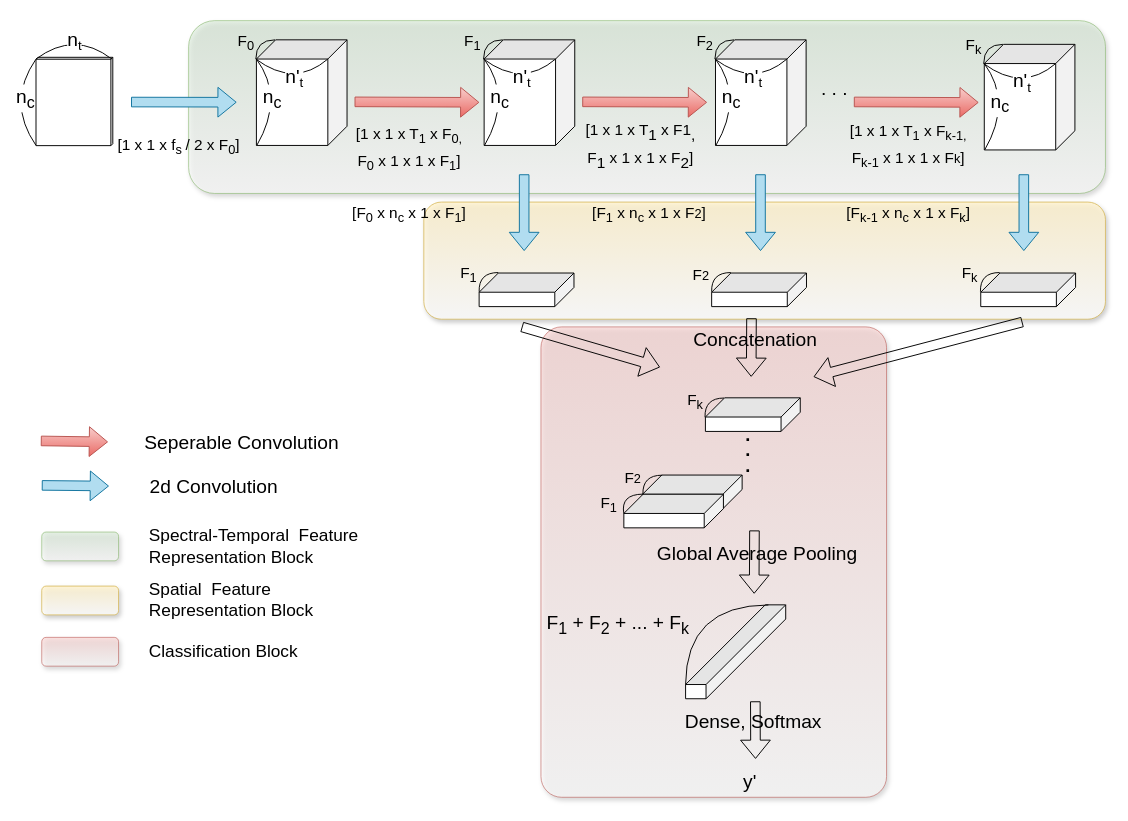
Earlier version of the draw.io diagram page "MSNN" (1 of 3) of Multi Scale Neural Network.drawio (hwansunkim/openann). Source tidied: cells renumbered, new cells numbered last; positions are measured from the earlier drawing's top-left corner, leaving out a move shared by most shapes. Both pictures are drawn from the tidied source at 96%, with x=0, y=0 at pixel (6, 20).
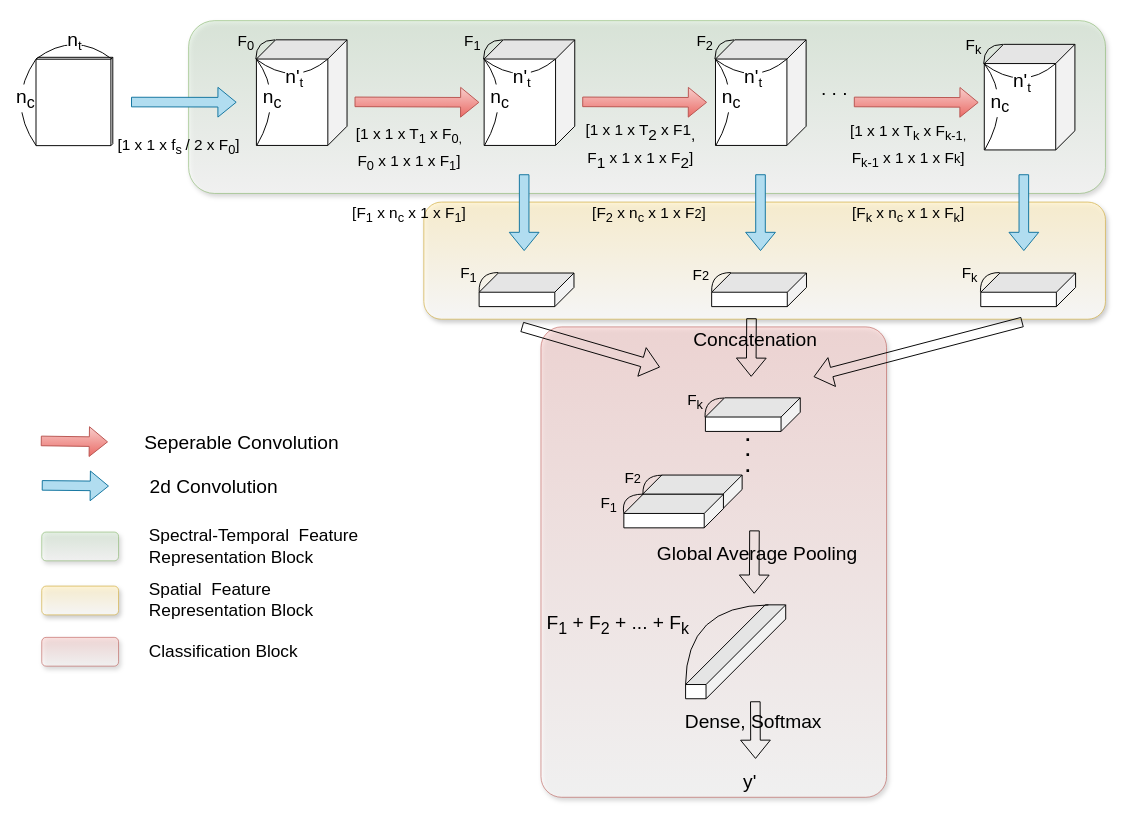
The same page after the edit.

The edit, as a diff of the source:
```diff
@@
-    <mxCell id="14" value="&lt;font style=&quot;font-size: 16px&quot;&gt;[1&amp;nbsp;&lt;/font&gt;&lt;font&gt;&lt;span style=&quot;font-size: 16px&quot;&gt;x 1 x T&lt;/span&gt;&lt;sub style=&quot;font-size: 16px&quot;&gt;1&lt;/sub&gt;&lt;span style=&quot;font-size: 16px&quot;&gt;&amp;nbsp;x F1&lt;/span&gt;&lt;sub style=&quot;font-size: 16px&quot;&gt;,&lt;br&gt;&lt;/sub&gt;&lt;span style=&quot;font-size: 16px&quot;&gt;F&lt;/span&gt;&lt;sub style=&quot;font-size: 16px&quot;&gt;1&lt;/sub&gt;&lt;span style=&quot;font-size: 16px&quot;&gt; x 1 x 1 x F&lt;/span&gt;&lt;sub style=&quot;font-size: 16px&quot;&gt;2&lt;/sub&gt;&lt;span style=&quot;font-size: 16px&quot;&gt;]&lt;/span&gt;&lt;/font&gt;" style="text;html=1;strokeColor=none;fillColor=none;align=center;verticalAlign=middle;whiteSpace=wrap;rounded=0;fontSize=20;" parent="1" vertex="1">
+    <mxCell id="14" value="&lt;font style=&quot;font-size: 16px&quot;&gt;[1&amp;nbsp;&lt;/font&gt;&lt;font&gt;&lt;span style=&quot;font-size: 16px&quot;&gt;x 1 x T&lt;/span&gt;&lt;sub style=&quot;font-size: 16px&quot;&gt;2&lt;/sub&gt;&lt;span style=&quot;font-size: 16px&quot;&gt;&amp;nbsp;x F1&lt;/span&gt;&lt;sub style=&quot;font-size: 16px&quot;&gt;,&lt;br&gt;&lt;/sub&gt;&lt;span style=&quot;font-size: 16px&quot;&gt;F&lt;/span&gt;&lt;sub style=&quot;font-size: 16px&quot;&gt;1&lt;/sub&gt;&lt;span style=&quot;font-size: 16px&quot;&gt; x 1 x 1 x F&lt;/span&gt;&lt;sub style=&quot;font-size: 16px&quot;&gt;2&lt;/sub&gt;&lt;span style=&quot;font-size: 16px&quot;&gt;]&lt;/span&gt;&lt;/font&gt;" style="text;html=1;strokeColor=none;fillColor=none;align=center;verticalAlign=middle;whiteSpace=wrap;rounded=0;fontSize=20;" parent="1" vertex="1">
       <mxGeometry x="566" y="118.8" width="190" height="20" as="geometry" />
     </mxCell>
@@
-    <mxCell id="16" value="&lt;font style=&quot;font-size: 16px&quot;&gt;[1 x 1 x T&lt;sub&gt;1&lt;/sub&gt;&amp;nbsp;x F&lt;sub&gt;k-1,&lt;br&gt;&lt;/sub&gt;F&lt;sub&gt;k-1&lt;/sub&gt; x 1 x 1 x F&lt;/font&gt;&lt;font&gt;&lt;span style=&quot;font-size: 13.3333px&quot;&gt;k&lt;/span&gt;&lt;span style=&quot;font-size: 16px&quot;&gt;]&lt;/span&gt;&lt;/font&gt;" style="text;html=1;strokeColor=none;fillColor=none;align=center;verticalAlign=middle;whiteSpace=wrap;rounded=0;fontSize=20;" parent="1" vertex="1">
+    <mxCell id="16" value="&lt;font style=&quot;font-size: 16px&quot;&gt;[1 x 1 x T&lt;sub&gt;k&lt;/sub&gt;&amp;nbsp;x F&lt;sub&gt;k-1,&lt;br&gt;&lt;/sub&gt;F&lt;sub&gt;k-1&lt;/sub&gt; x 1 x 1 x F&lt;/font&gt;&lt;font&gt;&lt;span style=&quot;font-size: 13.3333px&quot;&gt;k&lt;/span&gt;&lt;span style=&quot;font-size: 16px&quot;&gt;]&lt;/span&gt;&lt;/font&gt;" style="text;html=1;strokeColor=none;fillColor=none;align=center;verticalAlign=middle;whiteSpace=wrap;rounded=0;fontSize=20;" parent="1" vertex="1">
       <mxGeometry x="870" y="118.8" width="140" height="20" as="geometry" />
     </mxCell>
@@
-    <mxCell id="19" value="&lt;font style=&quot;font-size: 16px&quot;&gt;[F&lt;sub&gt;0&lt;/sub&gt; x n&lt;sub&gt;c&lt;/sub&gt; x 1&amp;nbsp;x F&lt;sub&gt;1&lt;/sub&gt;]&lt;/font&gt;" style="text;html=1;strokeColor=none;fillColor=none;align=center;verticalAlign=middle;whiteSpace=wrap;rounded=0;fontSize=20;" parent="1" vertex="1">
+    <mxCell id="19" value="&lt;font style=&quot;font-size: 16px&quot;&gt;[F&lt;sub&gt;1&lt;/sub&gt; x n&lt;sub&gt;c&lt;/sub&gt; x 1&amp;nbsp;x F&lt;sub&gt;1&lt;/sub&gt;]&lt;/font&gt;" style="text;html=1;strokeColor=none;fillColor=none;align=center;verticalAlign=middle;whiteSpace=wrap;rounded=0;fontSize=20;" parent="1" vertex="1">
       <mxGeometry x="350" y="190" width="140" height="20" as="geometry" />
     </mxCell>
@@
-    <mxCell id="24" value="&lt;font style=&quot;font-size: 16px&quot;&gt;[F&lt;sub&gt;1&lt;/sub&gt; x n&lt;sub&gt;c&lt;/sub&gt; x 1&amp;nbsp;x F&lt;/font&gt;&lt;font&gt;&lt;span style=&quot;font-size: 13.3333px&quot;&gt;2&lt;/span&gt;&lt;span style=&quot;font-size: 16px&quot;&gt;]&lt;/span&gt;&lt;/font&gt;" style="text;html=1;strokeColor=none;fillColor=none;align=center;verticalAlign=middle;whiteSpace=wrap;rounded=0;fontSize=20;" parent="1" vertex="1">
+    <mxCell id="24" value="&lt;font style=&quot;font-size: 16px&quot;&gt;[F&lt;sub&gt;2&lt;/sub&gt; x n&lt;sub&gt;c&lt;/sub&gt; x 1&amp;nbsp;x F&lt;/font&gt;&lt;font&gt;&lt;span style=&quot;font-size: 13.3333px&quot;&gt;2&lt;/span&gt;&lt;span style=&quot;font-size: 16px&quot;&gt;]&lt;/span&gt;&lt;/font&gt;" style="text;html=1;strokeColor=none;fillColor=none;align=center;verticalAlign=middle;whiteSpace=wrap;rounded=0;fontSize=20;" parent="1" vertex="1">
       <mxGeometry x="600" y="190" width="140" height="20" as="geometry" />
     </mxCell>
@@
-    <mxCell id="29" value="&lt;font style=&quot;font-size: 16px&quot;&gt;[F&lt;sub&gt;k-1&lt;/sub&gt; x n&lt;sub&gt;c&lt;/sub&gt; x 1&amp;nbsp;x F&lt;sub&gt;k&lt;/sub&gt;]&lt;/font&gt;" style="text;html=1;strokeColor=none;fillColor=none;align=center;verticalAlign=middle;whiteSpace=wrap;rounded=0;fontSize=20;" parent="1" vertex="1">
+    <mxCell id="29" value="&lt;font style=&quot;font-size: 16px&quot;&gt;[F&lt;sub&gt;k&lt;/sub&gt;&amp;nbsp;x n&lt;sub&gt;c&lt;/sub&gt; x 1&amp;nbsp;x F&lt;sub&gt;k&lt;/sub&gt;]&lt;/font&gt;" style="text;html=1;strokeColor=none;fillColor=none;align=center;verticalAlign=middle;whiteSpace=wrap;rounded=0;fontSize=20;" parent="1" vertex="1">
       <mxGeometry x="870" y="190" width="140" height="20" as="geometry" />
     </mxCell>
```
